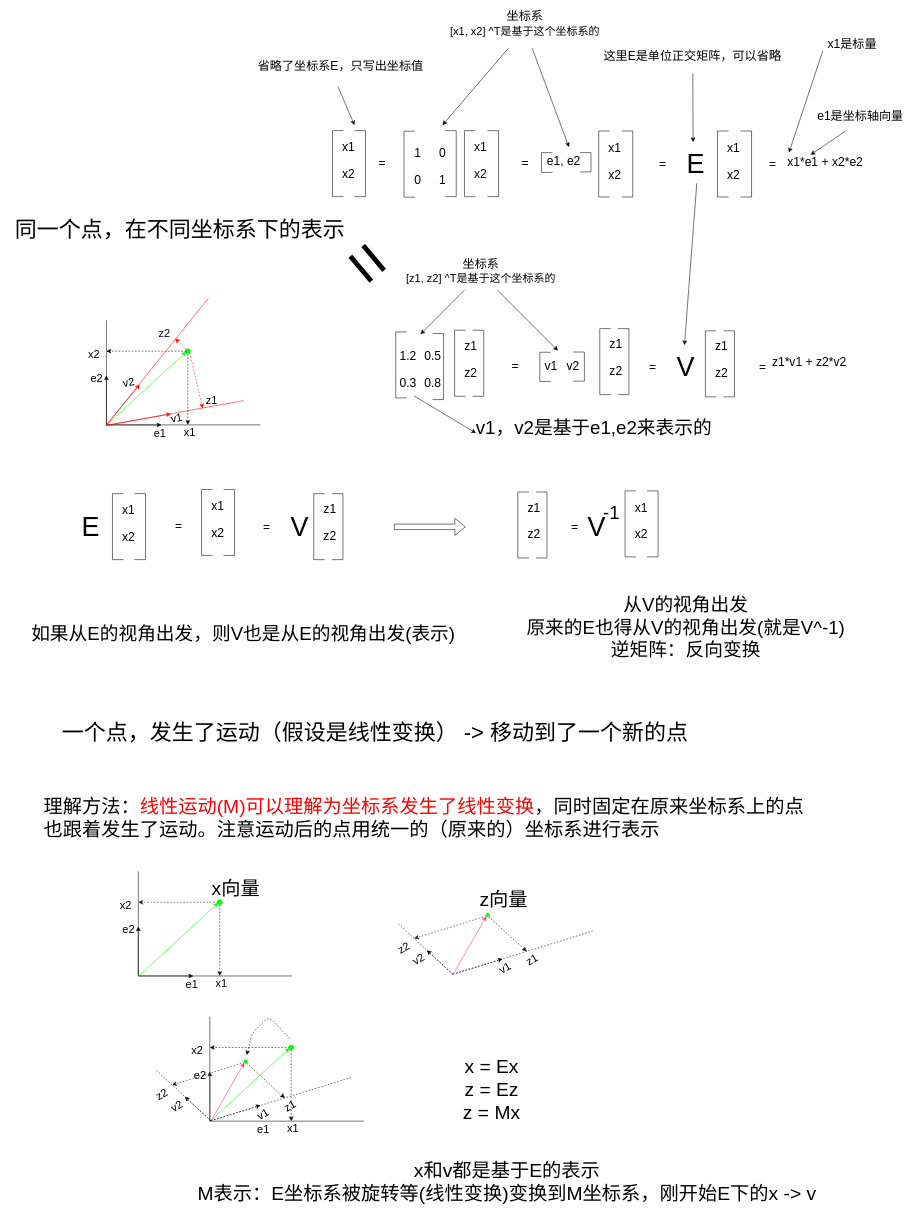
Before: page "矩阵变换的理解" (2 of 4) of images/2023/power-of-matrix/power-of-matrix.drawio in wumin199/wm-blog-image, a draw.io diagram. Source tidied: cells renumbered, new cells numbered last; positions are measured from the earlier drawing's top-left corner, leaving out a move shared by most shapes. Both pictures are drawn from the tidied source at 55%, with x=0, y=0 at pixel (9, 9).
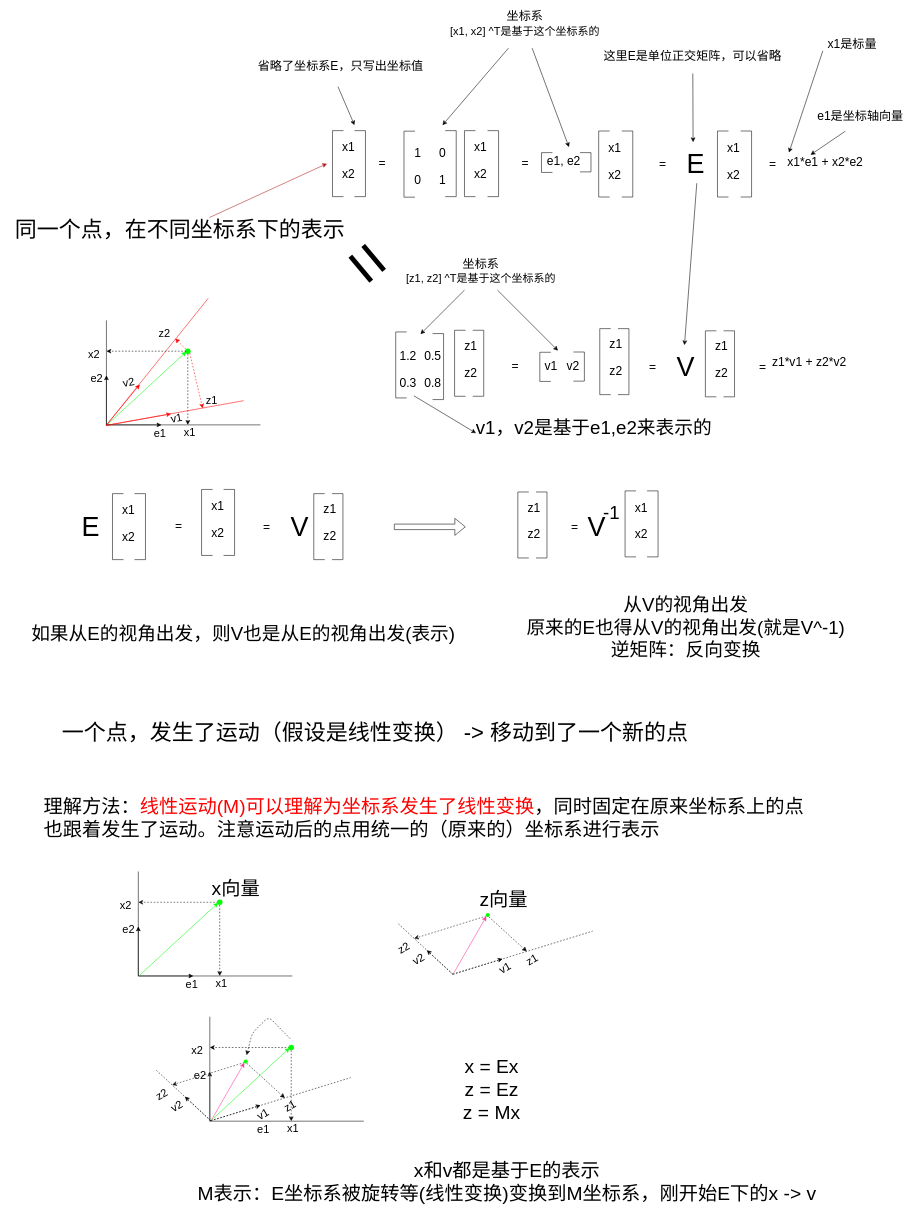
After the change.

Unchanged cells that the change refers to:
```xml
<mxCell id="71" value="&lt;font style=&quot;font-size: 40px;&quot;&gt;同一个点，在不同坐标系下的表示&lt;/font&gt;" style="text;html=1;align=center;verticalAlign=middle;points=[];strokeColor=none;fillColor=none;fontSize=20;fontColor=#000000;overflow=fill;" parent="1" vertex="1">
  <mxGeometry y="375" width="620" height="60" as="geometry" />
</mxCell>
```

What changed in the source:
```diff
@@
-    <mxCell id="73" style="endArrow=classic;html=1;strokeColor=none;strokeWidth=1;fontSize=20;fontColor=#000000;exitX=0.586;exitY=0.05;exitDx=0;exitDy=0;exitPerimeter=0;" parent="1" edge="1" source="71">
+    <mxCell id="73" style="endArrow=classic;html=1;strokeColor=#ad1a1a;strokeWidth=1;fontSize=20;fontColor=#000000;exitX=0.586;exitY=0.05;exitDx=0;exitDy=0;exitPerimeter=0;" parent="1" edge="1" source="71">
       <mxGeometry relative="1" as="geometry">
         <mxPoint x="577" y="280" as="targetPoint" />
       </mxGeometry>
     </mxCell>
```
